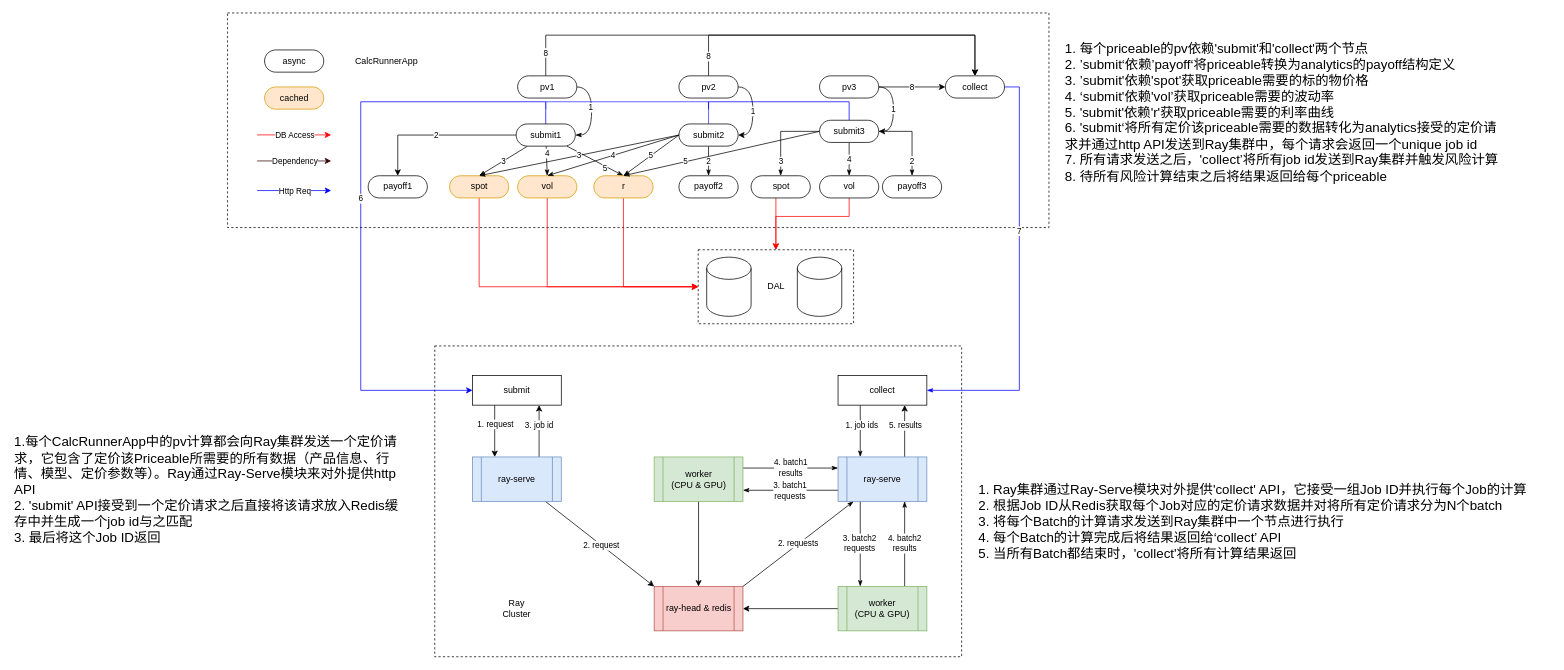
The draw.io diagram page "Copy of calc" (8 of 15) of quant-dev-platform.drawio in blshao84/VaRReportingSys, before the edit. Source tidied: cells renumbered, new cells numbered last; positions are measured from the earlier drawing's top-left corner, leaving out a move shared by most shapes. Both pictures are drawn from the tidied source at 74%, with x=0, y=0 at pixel (13, 13).
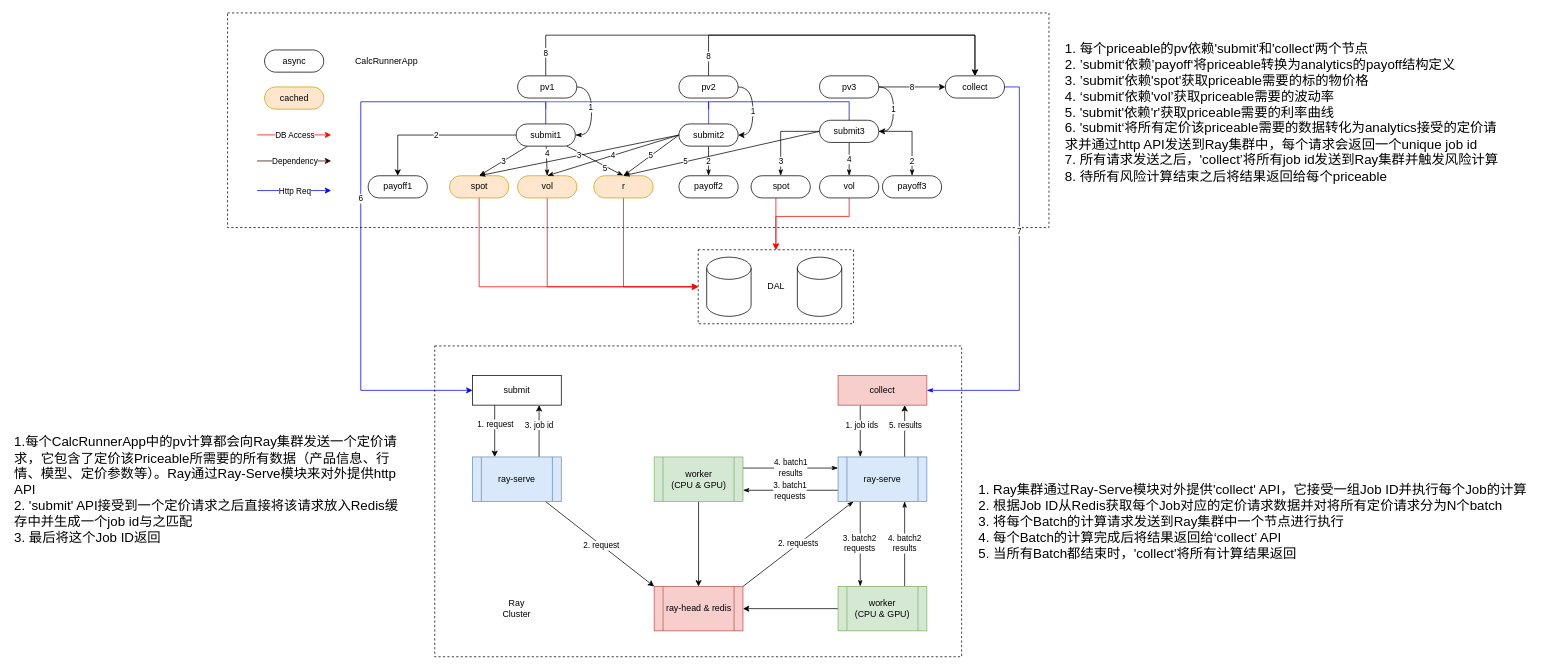
Above is the later version.

What changed in the source:
```diff
@@
-    <mxCell id="29" value="collect" style="rounded=0;whiteSpace=wrap;html=1;" parent="1" vertex="1">
+    <mxCell id="29" value="collect" style="rounded=0;whiteSpace=wrap;html=1;fillColor=#f8cecc;strokeColor=#b85450;" parent="1" vertex="1">
       <mxGeometry x="1115" y="490" width="120" height="40" as="geometry" />
     </mxCell>
```
